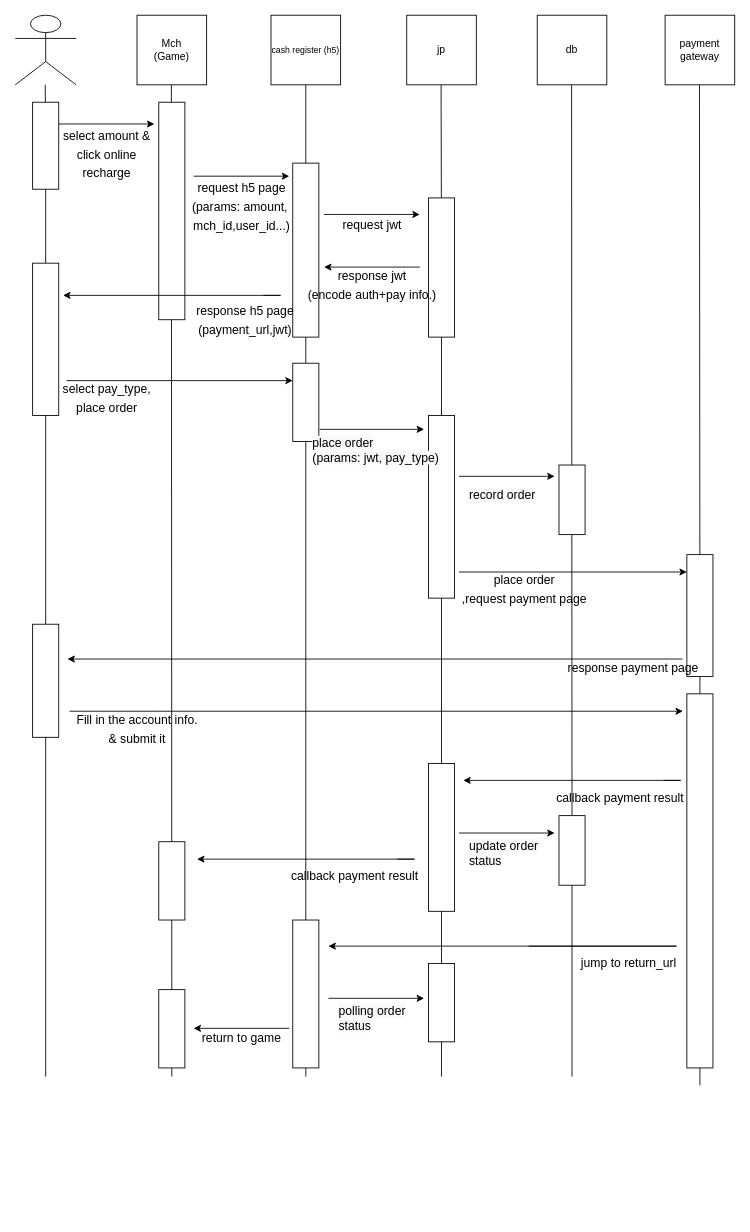
The draw.io diagram page "jp h5收銀台 bak" (6 of 15) of turtledegist.drawio in ppudding5566/test5566, before the edit. Source tidied: cells renumbered, new cells numbered last; positions are measured from the earlier drawing's top-left corner, leaving out a move shared by most shapes. Both pictures are drawn from the tidied source at 87%, with x=0, y=0 at pixel (15, 15).
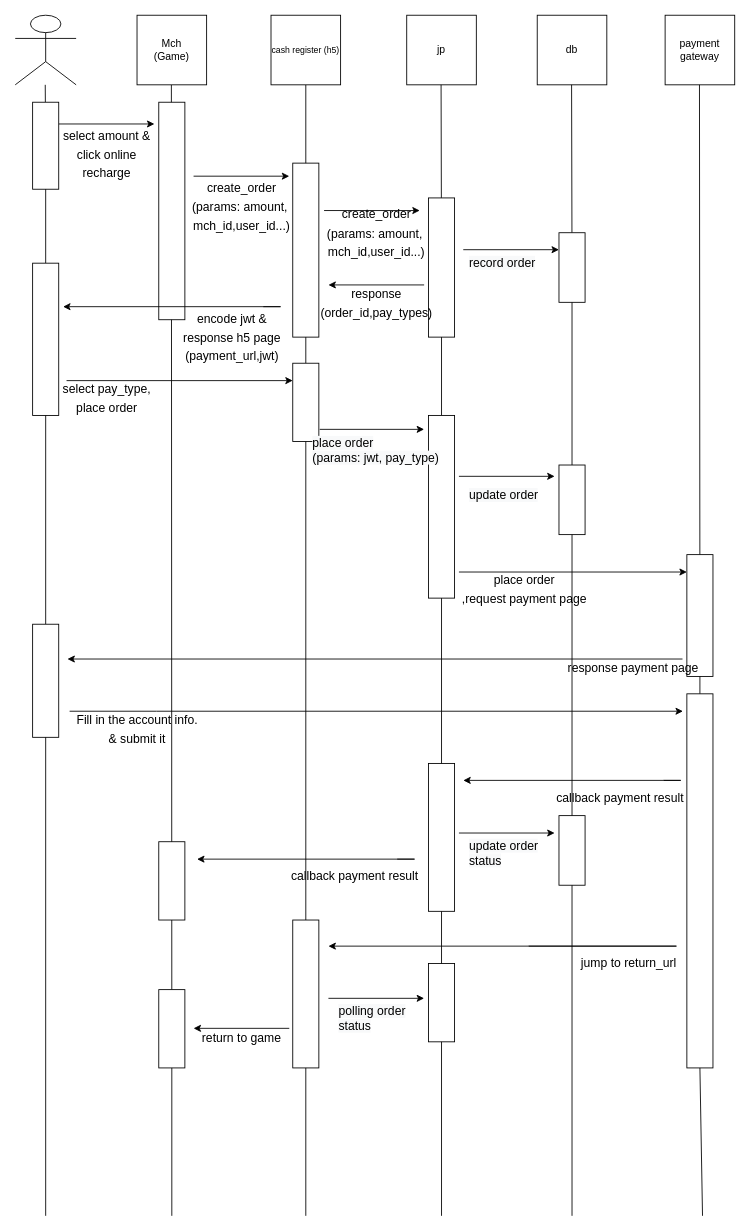
After the change.

Unchanged cells that the change refers to:
```xml
<mxCell id="37" style="rounded=0;whiteSpace=wrap;html=1;" parent="1" vertex="1">
  <mxGeometry x="475" y="460" width="30" height="210" as="geometry" />
</mxCell>
<mxCell id="40" style="rounded=0;whiteSpace=wrap;html=1;" parent="1" vertex="1">
  <mxGeometry x="20" y="700" width="30" height="130" as="geometry" />
</mxCell>
<mxCell id="55" style="rounded=0;whiteSpace=wrap;html=1;" parent="1" vertex="1">
  <mxGeometry x="625" y="920" width="30" height="80" as="geometry" />
</mxCell>
<mxCell id="64" style="rounded=0;whiteSpace=wrap;html=1;" parent="1" vertex="1">
  <mxGeometry x="319" y="1040" width="30" height="170" as="geometry" />
</mxCell>
<mxCell id="72" style="rounded=0;whiteSpace=wrap;html=1;" parent="1" vertex="1">
  <mxGeometry x="165" y="1120" width="30" height="90" as="geometry" />
</mxCell>
```

Diff of the diagram source:
```diff
@@
-    <mxCell id="18" value="&lt;font style=&quot;font-size: 14px;&quot;&gt;request h5 page&lt;br&gt;(params: amount,&amp;nbsp;&lt;br&gt;mch_id,user_id...)&lt;br&gt;&lt;/font&gt;" style="text;html=1;align=center;verticalAlign=middle;fillColor=none;strokeColor=none;rounded=0;fontSize=18;" parent="1" vertex="1">
+    <mxCell id="18" value="&lt;font style=&quot;font-size: 14px;&quot;&gt;create_order&lt;br&gt;(params: amount,&amp;nbsp;&lt;br&gt;mch_id,user_id...)&lt;br&gt;&lt;/font&gt;" style="text;html=1;align=center;verticalAlign=middle;fillColor=none;strokeColor=none;rounded=0;fontSize=18;" parent="1" vertex="1">
       <mxGeometry x="190" y="180" width="140" height="80" as="geometry" />
     </mxCell>
@@
-    <mxCell id="20" style="endArrow=none;html=1;rounded=0;entryX=0.5;entryY=1;entryDx=0;entryDy=0;startArrow=none;" parent="1" edge="1" source="55">
+    <mxCell id="20" style="endArrow=none;html=1;rounded=0;entryX=0.5;entryY=1;entryDx=0;entryDy=0;startArrow=none;" parent="1" edge="1" source="78">
       <mxGeometry relative="1" as="geometry">
         <mxPoint x="639.5" y="80" as="targetPoint" />
       </mxGeometry>
     </mxCell>
@@
     <mxCell id="27" style="edgeStyle=none;rounded=0;orthogonalLoop=1;jettySize=auto;html=1;" parent="1" edge="1">
       <mxGeometry relative="1" as="geometry">
-        <mxPoint x="285" y="322" as="sourcePoint" />
-        <mxPoint x="55" y="322" as="targetPoint" />
+        <mxPoint x="285" y="335" as="sourcePoint" />
+        <mxPoint x="55" y="335" as="targetPoint" />
         <Array as="points">
-          <mxPoint x="305" y="322" />
-          <mxPoint x="285" y="322" />
+          <mxPoint x="305" y="335" />
+          <mxPoint x="285" y="335" />
         </Array>
       </mxGeometry>
     </mxCell>
-    <mxCell id="28" value="&lt;font style=&quot;font-size: 14px;&quot;&gt;response h5&amp;nbsp;page&lt;br&gt;(payment_url,jwt)&lt;br&gt;&lt;/font&gt;" style="text;html=1;align=center;verticalAlign=middle;fillColor=none;strokeColor=none;rounded=0;fontSize=18;" parent="1" vertex="1">
-      <mxGeometry x="193.5" y="320" width="140" height="60" as="geometry" />
+    <mxCell id="28" value="&lt;font style=&quot;font-size: 14px;&quot;&gt;encode jwt &amp;amp;&lt;br&gt;response h5&amp;nbsp;page&lt;br&gt;(payment_url,jwt)&lt;br&gt;&lt;/font&gt;" style="text;html=1;align=center;verticalAlign=middle;fillColor=none;strokeColor=none;rounded=0;fontSize=18;" parent="1" vertex="1">
+      <mxGeometry x="179" y="330" width="140" height="80" as="geometry" />
     </mxCell>
@@
-    <mxCell id="32" style="rounded=0;whiteSpace=wrap;html=1;" parent="1" vertex="1">
-      <mxGeometry x="625" y="517" width="30" height="80" as="geometry" />
-    </mxCell>
@@
-    <mxCell id="34" value="&lt;span style=&quot;color: rgb(0, 0, 0); font-family: Helvetica; font-size: 14px; font-style: normal; font-variant-ligatures: normal; font-variant-caps: normal; font-weight: 400; letter-spacing: normal; orphans: 2; text-align: center; text-indent: 0px; text-transform: none; widows: 2; word-spacing: 0px; -webkit-text-stroke-width: 0px; background-color: rgb(248, 249, 250); text-decoration-thickness: initial; text-decoration-style: initial; text-decoration-color: initial; float: none; display: inline !important;&quot;&gt;record order&lt;/span&gt;" style="text;whiteSpace=wrap;html=1;fontSize=10;" parent="1" vertex="1">
+    <mxCell id="34" value="&lt;span style=&quot;color: rgb(0, 0, 0); font-family: Helvetica; font-size: 14px; font-style: normal; font-variant-ligatures: normal; font-variant-caps: normal; font-weight: 400; letter-spacing: normal; orphans: 2; text-align: center; text-indent: 0px; text-transform: none; widows: 2; word-spacing: 0px; -webkit-text-stroke-width: 0px; background-color: rgb(248, 249, 250); text-decoration-thickness: initial; text-decoration-style: initial; text-decoration-color: initial; float: none; display: inline !important;&quot;&gt;update order&lt;/span&gt;" style="text;whiteSpace=wrap;html=1;fontSize=10;" parent="1" vertex="1">
       <mxGeometry x="520" y="537" width="90" height="40" as="geometry" />
     </mxCell>
@@
     <mxCell id="38" style="endArrow=none;html=1;rounded=0;entryX=0.5;entryY=1;entryDx=0;entryDy=0;" parent="1" edge="1" target="37">
       <mxGeometry relative="1" as="geometry">
-        <mxPoint x="490" y="1220" as="sourcePoint" />
+        <mxPoint x="490" y="1380" as="sourcePoint" />
       </mxGeometry>
     </mxCell>
@@
     <mxCell id="41" style="endArrow=none;html=1;rounded=0;entryX=0.5;entryY=1;entryDx=0;entryDy=0;" parent="1" edge="1" target="40">
       <mxGeometry relative="1" as="geometry">
-        <mxPoint x="35" y="1220" as="sourcePoint" />
+        <mxPoint x="35" y="1380" as="sourcePoint" />
       </mxGeometry>
     </mxCell>
@@
     <mxCell id="47" style="edgeStyle=none;rounded=0;orthogonalLoop=1;jettySize=auto;html=1;exitX=1;exitY=0.25;exitDx=0;exitDy=0;" parent="1" edge="1">
       <mxGeometry relative="1" as="geometry">
-        <mxPoint x="355" y="229" as="sourcePoint" />
-        <mxPoint x="465" y="229" as="targetPoint" />
+        <mxPoint x="355" y="224.5" as="sourcePoint" />
+        <mxPoint x="465" y="224.5" as="targetPoint" />
       </mxGeometry>
     </mxCell>
-    <mxCell id="48" value="&lt;font style=&quot;font-size: 14px;&quot;&gt;request jwt&lt;br&gt;&lt;/font&gt;" style="text;html=1;align=center;verticalAlign=middle;fillColor=none;strokeColor=none;rounded=0;fontSize=18;" parent="1" vertex="1">
-      <mxGeometry x="365" y="220" width="90" height="40" as="geometry" />
-    </mxCell>
     <mxCell id="49" style="edgeStyle=none;rounded=0;orthogonalLoop=1;jettySize=auto;html=1;" parent="1" edge="1">
       <mxGeometry relative="1" as="geometry">
-        <mxPoint x="465" y="289.5" as="sourcePoint" />
-        <mxPoint x="355" y="289.5" as="targetPoint" />
+        <mxPoint x="470" y="310" as="sourcePoint" />
+        <mxPoint x="360" y="310" as="targetPoint" />
       </mxGeometry>
     </mxCell>
-    <mxCell id="50" value="&lt;font style=&quot;font-size: 14px;&quot;&gt;response jwt&lt;br&gt;(encode auth+pay info.)&lt;br&gt;&lt;/font&gt;" style="text;html=1;align=center;verticalAlign=middle;fillColor=none;strokeColor=none;rounded=0;fontSize=18;" parent="1" vertex="1">
-      <mxGeometry x="325" y="280" width="170" height="60" as="geometry" />
+    <mxCell id="50" value="&lt;font style=&quot;font-size: 14px;&quot;&gt;response&lt;br&gt;(order_id,pay_types)&lt;br&gt;&lt;/font&gt;" style="text;html=1;align=center;verticalAlign=middle;fillColor=none;strokeColor=none;rounded=0;fontSize=18;" parent="1" vertex="1">
+      <mxGeometry x="340" y="300" width="150" height="60" as="geometry" />
     </mxCell>
@@
     <mxCell id="56" style="endArrow=none;html=1;rounded=0;entryX=0.5;entryY=1;entryDx=0;entryDy=0;" parent="1" edge="1" target="55">
       <mxGeometry relative="1" as="geometry">
-        <mxPoint x="640" y="1220" as="sourcePoint" />
+        <mxPoint x="640" y="1380" as="sourcePoint" />
       </mxGeometry>
     </mxCell>
@@
     <mxCell id="65" style="endArrow=none;html=1;rounded=0;entryX=0.5;entryY=1;entryDx=0;entryDy=0;" parent="1" edge="1" target="64">
       <mxGeometry relative="1" as="geometry">
-        <mxPoint x="334" y="1220" as="sourcePoint" />
+        <mxPoint x="334" y="1380" as="sourcePoint" />
       </mxGeometry>
     </mxCell>
     <mxCell id="66" style="endArrow=none;html=1;rounded=0;entryX=0.5;entryY=1;entryDx=0;entryDy=0;startArrow=none;" parent="1" edge="1">
       <mxGeometry relative="1" as="geometry">
-        <mxPoint x="787" y="1230" as="sourcePoint" />
+        <mxPoint x="790" y="1380" as="sourcePoint" />
         <mxPoint x="787" y="1210" as="targetPoint" />
       </mxGeometry>
     </mxCell>
@@
     <mxCell id="73" style="endArrow=none;html=1;rounded=0;entryX=0.5;entryY=1;entryDx=0;entryDy=0;" parent="1" edge="1" target="72">
       <mxGeometry relative="1" as="geometry">
-        <mxPoint x="180" y="1220" as="sourcePoint" />
+        <mxPoint x="180" y="1380" as="sourcePoint" />
       </mxGeometry>
     </mxCell>
@@
+    <mxCell id="77" value="&lt;font style=&quot;font-size: 14px;&quot;&gt;create_order&lt;br&gt;(params: amount,&amp;nbsp;&lt;br&gt;mch_id,user_id...)&lt;br&gt;&lt;/font&gt;" style="text;html=1;align=center;verticalAlign=middle;fillColor=none;strokeColor=none;rounded=0;fontSize=18;" parent="1" vertex="1">
+      <mxGeometry x="345" y="210" width="140" height="80" as="geometry" />
+    </mxCell>
+    <mxCell id="78" style="rounded=0;whiteSpace=wrap;html=1;" parent="1" vertex="1">
+      <mxGeometry x="625" y="250" width="30" height="80" as="geometry" />
+    </mxCell>
+    <mxCell id="79" style="endArrow=none;html=1;rounded=0;entryX=0.5;entryY=1;entryDx=0;entryDy=0;startArrow=none;" parent="1" edge="1" source="55" target="78">
+      <mxGeometry relative="1" as="geometry" />
+    </mxCell>
+    <mxCell id="80" style="edgeStyle=none;rounded=0;orthogonalLoop=1;jettySize=auto;html=1;exitX=1;exitY=0.25;exitDx=0;exitDy=0;" parent="1" edge="1">
+      <mxGeometry relative="1" as="geometry">
+        <mxPoint x="515" y="269.5" as="sourcePoint" />
+        <mxPoint x="625" y="269.5" as="targetPoint" />
+      </mxGeometry>
+    </mxCell>
+    <mxCell id="81" value="&lt;span style=&quot;color: rgb(0, 0, 0); font-family: Helvetica; font-size: 14px; font-style: normal; font-variant-ligatures: normal; font-variant-caps: normal; font-weight: 400; letter-spacing: normal; orphans: 2; text-align: center; text-indent: 0px; text-transform: none; widows: 2; word-spacing: 0px; -webkit-text-stroke-width: 0px; background-color: rgb(248, 249, 250); text-decoration-thickness: initial; text-decoration-style: initial; text-decoration-color: initial; float: none; display: inline !important;&quot;&gt;record order&lt;/span&gt;" style="text;whiteSpace=wrap;html=1;fontSize=10;" parent="1" vertex="1">
+      <mxGeometry x="520" y="270" width="90" height="40" as="geometry" />
+    </mxCell>
+    <mxCell id="32" style="rounded=0;whiteSpace=wrap;html=1;" parent="1" vertex="1">
+      <mxGeometry x="625" y="517" width="30" height="80" as="geometry" />
+    </mxCell>
```
